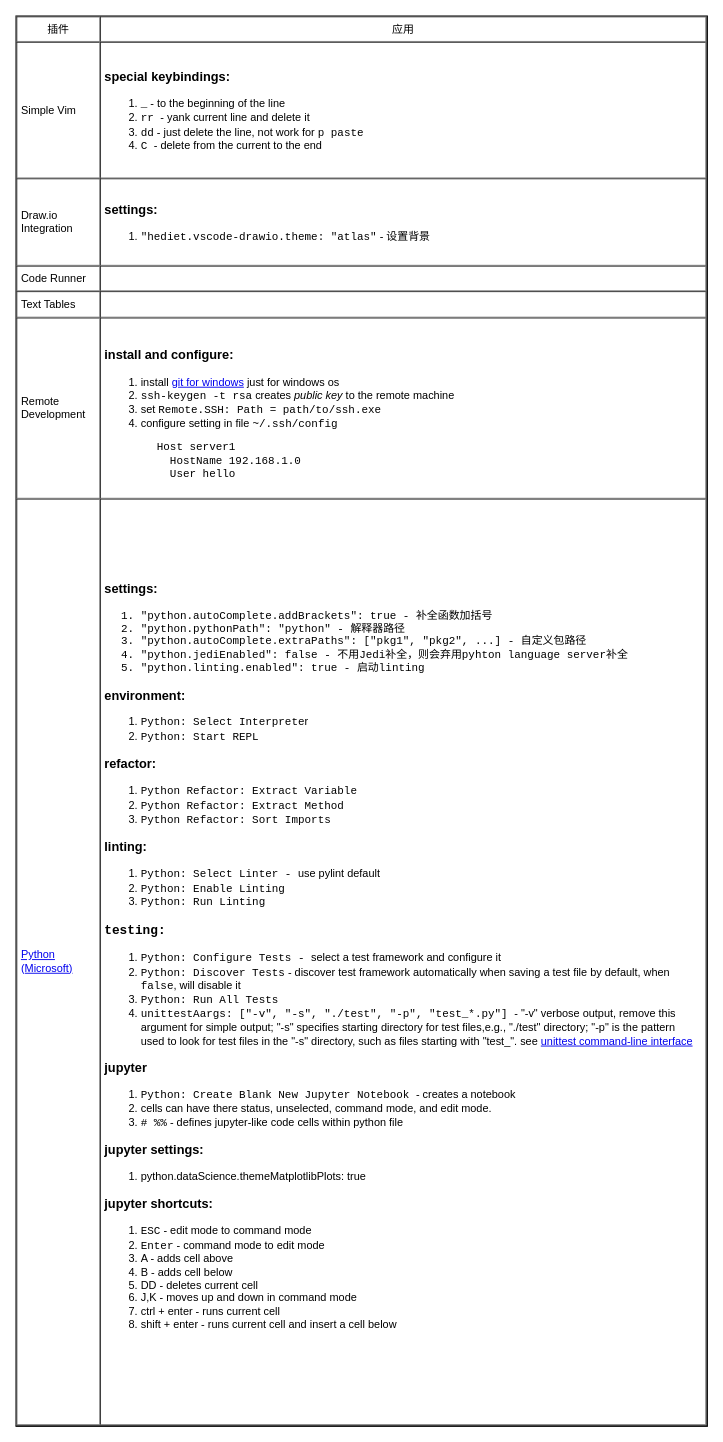
Above: page "Plugins" (4 of 4) of editor/vscode/vscode.drawio in yangdj/tf_docs (draw.io), before the change. Source tidied: cells renumbered, new cells numbered last; positions are measured from the earlier drawing's top-left corner, leaving out a move shared by most shapes. Both pictures are drawn from the tidied source at 91%, with x=0, y=0 at pixel (15, 15).
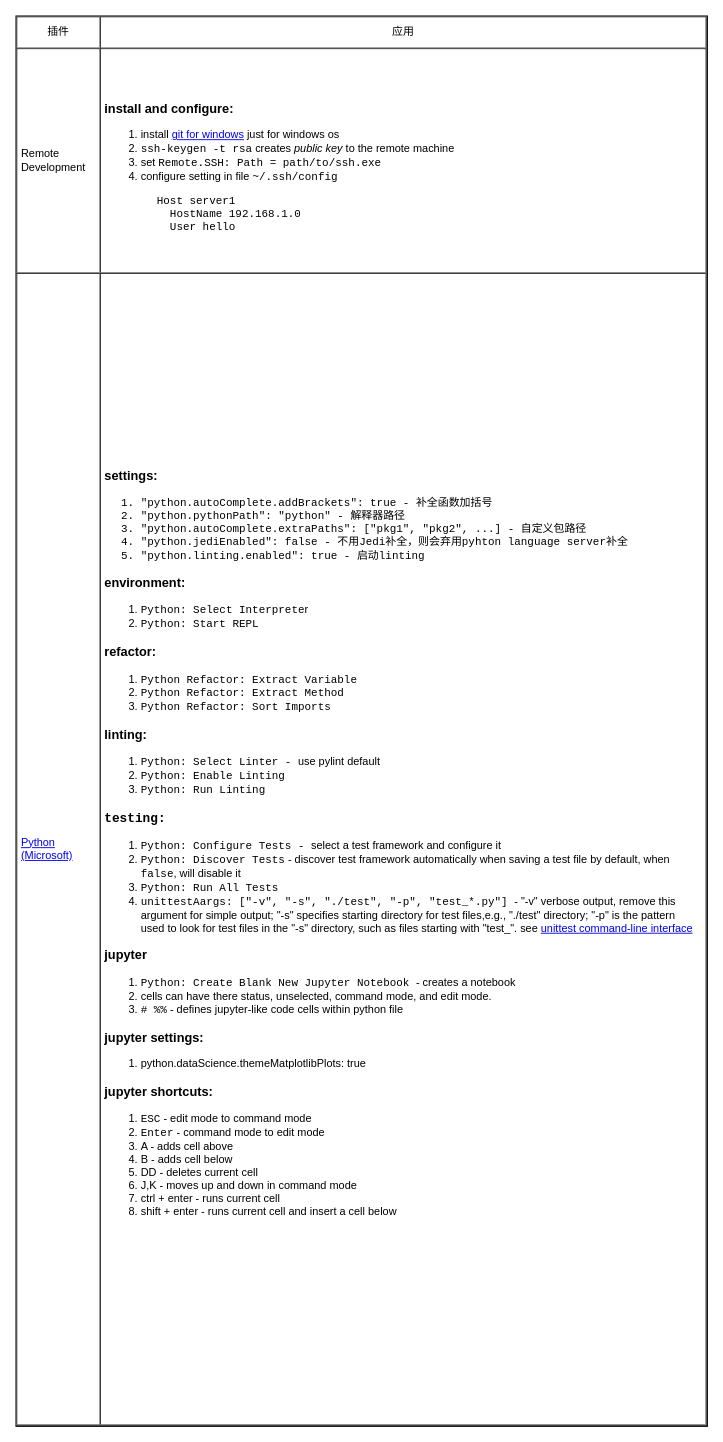
The same diagram, later.

Change to the diagram source:
```diff
@@
 <mxGraphModel>
   <root>
     <mxCell id="0" />
     <mxCell id="1" parent="0" />
-    <mxCell id="2" value="&lt;table cellpadding=&quot;4&quot; cellspacing=&quot;0&quot; border=&quot;1&quot; style=&quot;font-size: 1em ; width: 100% ; height: 100%&quot;&gt;&lt;tbody&gt;&lt;tr&gt;&lt;th style=&quot;text-align: center&quot;&gt;&lt;span style=&quot;font-weight: normal&quot;&gt;插件&lt;/span&gt;&lt;/th&gt;&lt;th style=&quot;text-align: center&quot;&gt;&lt;span style=&quot;font-weight: normal&quot;&gt;应用&lt;/span&gt;&lt;/th&gt;&lt;/tr&gt;&lt;tr&gt;&lt;td&gt;Simple Vim&lt;/td&gt;&lt;td&gt;&lt;h3&gt;special keybindings:&lt;/h3&gt;&lt;div&gt;&lt;ol&gt;&lt;li&gt;&lt;font face=&quot;Courier New&quot;&gt;_&lt;/font&gt; - to the beginning of the line&lt;/li&gt;&lt;li&gt;&lt;font face=&quot;Courier New&quot;&gt;rr &lt;/font&gt;- yank current line and delete it&lt;/li&gt;&lt;li&gt;&lt;font face=&quot;Courier New&quot;&gt;dd&lt;/font&gt;&amp;nbsp;- just delete the line, not work for &lt;font face=&quot;Courier New&quot;&gt;p paste&lt;/font&gt;&lt;/li&gt;&lt;li&gt;&lt;font face=&quot;Courier New&quot;&gt;C &lt;/font&gt;- delete from the current to the end&lt;/li&gt;&lt;/ol&gt;&lt;/div&gt;&lt;/td&gt;&lt;/tr&gt;&lt;tr&gt;&lt;td&gt;Draw.io Integration&lt;/td&gt;&lt;td&gt;&lt;h3&gt;settings:&lt;/h3&gt;&lt;div&gt;&lt;ol&gt;&lt;li&gt;&lt;font face=&quot;Courier New&quot;&gt;&quot;hediet.vscode-drawio.theme: &quot;atlas&quot;&lt;/font&gt; -&amp;nbsp;设置背景&lt;/li&gt;&lt;/ol&gt;&lt;/div&gt;&lt;/td&gt;&lt;/tr&gt;&lt;tr&gt;&lt;td&gt;Code Runner&lt;/td&gt;&lt;td&gt;&lt;br&gt;&lt;/td&gt;&lt;/tr&gt;&lt;tr&gt;&lt;td&gt;Text Tables&lt;/td&gt;&lt;td&gt;&lt;br&gt;&lt;/td&gt;&lt;/tr&gt;&lt;tr&gt;&lt;td&gt;Remote Development&lt;/td&gt;&lt;td&gt;&lt;h3&gt;install and configure:&lt;/h3&gt;&lt;ol&gt;&lt;li&gt;install &lt;a href=&quot;https://git-scm.com/download/win&quot;&gt;git for windows&lt;/a&gt;&amp;nbsp;just for windows os&lt;/li&gt;&lt;li&gt;&lt;font face=&quot;Courier New&quot;&gt;ssh-keygen -t rsa&lt;/font&gt;&amp;nbsp;creates &lt;i&gt;public key&lt;/i&gt; to the remote machine&lt;/li&gt;&lt;li&gt;set &lt;font face=&quot;Courier New&quot;&gt;Remote.SSH: Path = path/to/ssh.exe&lt;/font&gt;&lt;/li&gt;&lt;li&gt;configure setting in file &lt;font face=&quot;Courier New&quot;&gt;~/.ssh/config&lt;/font&gt;&lt;/li&gt;&lt;/ol&gt;&lt;div&gt;&lt;font face=&quot;Courier New&quot;&gt;&lt;div&gt;&amp;nbsp; &amp;nbsp; &amp;nbsp; &amp;nbsp; Host server1&lt;/div&gt;&lt;div&gt;&amp;nbsp; &amp;nbsp; &amp;nbsp; &amp;nbsp; &amp;nbsp; HostName 192.168.1.0&lt;/div&gt;&lt;div&gt;&amp;nbsp; &amp;nbsp; &amp;nbsp; &amp;nbsp; &amp;nbsp; User hello&lt;/div&gt;&lt;/font&gt;&lt;/div&gt;&lt;/td&gt;&lt;/tr&gt;&lt;tr&gt;&lt;td&gt;&lt;a href=&quot;https://code.visualstudio.com/docs/python/python-tutorial&quot;&gt;Python (Microsoft)&lt;/a&gt;&lt;/td&gt;&lt;td&gt;&lt;h3&gt;settings:&lt;/h3&gt;&lt;p&gt;&lt;/p&gt;&lt;ol&gt;&lt;li style=&quot;font-family: &amp;#34;courier new&amp;#34;&quot;&gt;&lt;font face=&quot;Courier New&quot;&gt;&quot;python.autoComplete.addBrackets&quot;: true - 补全函数加括号&lt;/font&gt;&lt;/li&gt;&lt;li style=&quot;font-family: &amp;#34;courier new&amp;#34;&quot;&gt;&lt;font face=&quot;Courier New&quot;&gt;&quot;python.pythonPath&quot;: &quot;python&quot; - 解释器路径&lt;/font&gt;&lt;/li&gt;&lt;li style=&quot;font-family: &amp;#34;courier new&amp;#34;&quot;&gt;&quot;python.autoComplete.extraPaths&quot;: [&quot;pkg1&quot;, &quot;pkg2&quot;, ...] - 自定义包路径&lt;/li&gt;&lt;li style=&quot;font-family: &amp;#34;courier new&amp;#34;&quot;&gt;&quot;python.jediEnabled&quot;: false - 不用&lt;font face=&quot;Courier New&quot; style=&quot;font-size: 1em&quot;&gt;Jedi&lt;/font&gt;&lt;font face=&quot;courier new&quot; style=&quot;font-size: 1em&quot;&gt;补全，则会弃用pyhton language server补全&lt;/font&gt;&lt;/li&gt;&lt;li style=&quot;font-family: &amp;#34;courier new&amp;#34;&quot;&gt;&quot;python.linting.enabled&quot;: true - 启动linting&lt;/li&gt;&lt;/ol&gt;&lt;p&gt;&lt;/p&gt;&lt;h3&gt;environment:&lt;/h3&gt;&lt;ol&gt;&lt;li&gt;&lt;font face=&quot;Courier New&quot;&gt;Python: Select Interprete&lt;/font&gt;r&lt;/li&gt;&lt;li&gt;&lt;font face=&quot;Courier New&quot;&gt;Python: Start REPL&lt;/font&gt;&lt;/li&gt;&lt;/ol&gt;&lt;h3&gt;refactor:&lt;/h3&gt;&lt;ol&gt;&lt;li&gt;&lt;font face=&quot;Courier New&quot;&gt;Python Refactor: Extract Variable&lt;/font&gt;&lt;/li&gt;&lt;li&gt;&lt;font face=&quot;Courier New&quot;&gt;Python Refactor: Extract Method&lt;/font&gt;&lt;/li&gt;&lt;li&gt;&lt;font face=&quot;Courier New&quot;&gt;Python Refactor: Sort Imports&lt;br&gt;&lt;/font&gt;&lt;/li&gt;&lt;/ol&gt;&lt;h3&gt;linting:&lt;/h3&gt;&lt;div&gt;&lt;ol&gt;&lt;li&gt;&lt;font face=&quot;Courier New&quot;&gt;Python: Select Linter - &lt;/font&gt;use pylint default&lt;/li&gt;&lt;li&gt;&lt;font face=&quot;Courier New&quot;&gt;Python: Enable Linting&lt;/font&gt;&lt;/li&gt;&lt;li&gt;&lt;font face=&quot;Courier New&quot;&gt;Python: Run Linting&lt;/font&gt;&lt;/li&gt;&lt;/ol&gt;&lt;h3&gt;&lt;font face=&quot;Courier New&quot;&gt;testing:&lt;/font&gt;&lt;/h3&gt;&lt;/div&gt;&lt;div&gt;&lt;ol&gt;&lt;li&gt;&lt;font face=&quot;Courier New&quot;&gt;Python: Configure Tests - &lt;/font&gt;select a test framework and configure it&lt;/li&gt;&lt;li&gt;&lt;font face=&quot;Courier New&quot;&gt;Python: Discover Tests&lt;/font&gt; - discover test framework automatically when saving a test file by default, when &lt;font face=&quot;Courier New&quot;&gt;false&lt;/font&gt;, will disable it&lt;br&gt;&lt;/li&gt;&lt;li&gt;&lt;font face=&quot;Courier New&quot;&gt;Python: Run All Tests&lt;/font&gt;&lt;/li&gt;&lt;li&gt;&lt;font face=&quot;Courier New&quot;&gt;unittestAargs: [&quot;-v&quot;, &quot;-s&quot;, &quot;./test&quot;, &quot;-p&quot;, &quot;test_*.py&quot;] &lt;/font&gt;- &quot;-v&quot; verbose output, remove this argument for simple output; &quot;-s&quot; specifies starting directory for test files,e.g., &quot;./test&quot; directory; &quot;-p&quot; is the pattern used to look for test files in the &quot;-s&quot; directory, such as files starting with &quot;test_&quot;. see&amp;nbsp;&lt;a href=&quot;https://docs.python.org/3/library/unittest.html#command-line-interface&quot;&gt;unittest command-line interface&lt;/a&gt;&lt;/li&gt;&lt;/ol&gt;&lt;h3&gt;jupyter&lt;/h3&gt;&lt;/div&gt;&lt;div&gt;&lt;ol&gt;&lt;li&gt;&lt;font face=&quot;Courier New&quot;&gt;Python: Create Blank New Jupyter Notebook &lt;/font&gt;- creates a notebook&lt;/li&gt;&lt;li&gt;cells can have there status, unselected, command mode, and edit mode.&lt;/li&gt;&lt;li&gt;&lt;font face=&quot;Courier New&quot;&gt;# %%&lt;/font&gt; - defines jupyter-like code cells within python file&amp;nbsp;&lt;/li&gt;&lt;/ol&gt;&lt;h3&gt;jupyter settings:&lt;/h3&gt;&lt;div&gt;&lt;ol&gt;&lt;li&gt;python.dataScience.themeMatplotlibPlots: true&lt;br&gt;&lt;/li&gt;&lt;/ol&gt;&lt;/div&gt;&lt;h3&gt;jupyter shortcuts:&lt;/h3&gt;&lt;ol&gt;&lt;li&gt;&lt;font face=&quot;Courier New&quot; style=&quot;font-size: 1em&quot;&gt;ESC&lt;/font&gt;&lt;span style=&quot;font-size: 1em&quot;&gt;&amp;nbsp;- edit mode to command mode&lt;/span&gt;&lt;/li&gt;&lt;li&gt;&lt;font face=&quot;Courier New&quot; style=&quot;font-size: 1em&quot;&gt;Enter&lt;/font&gt;&lt;span style=&quot;font-size: 1em&quot;&gt;&amp;nbsp;- command mode to edit mode&lt;/span&gt;&lt;/li&gt;&lt;li&gt;&lt;span style=&quot;font-size: 1em&quot;&gt;A - adds cell above&lt;/span&gt;&lt;/li&gt;&lt;li&gt;&lt;span style=&quot;font-size: 1em&quot;&gt;B - adds cell below&lt;/span&gt;&lt;/li&gt;&lt;li&gt;&lt;span style=&quot;font-size: 1em&quot;&gt;DD - deletes current cell&lt;/span&gt;&lt;/li&gt;&lt;li&gt;&lt;span style=&quot;font-size: 1em&quot;&gt;J,K - moves up and down in command mode&lt;/span&gt;&lt;/li&gt;&lt;li&gt;&lt;span style=&quot;font-size: 1em&quot;&gt;ctrl + enter - runs current cell&lt;/span&gt;&lt;/li&gt;&lt;li&gt;&lt;span style=&quot;font-size: 1em&quot;&gt;shift + enter - runs current cell and insert a cell below&lt;/span&gt;&lt;/li&gt;&lt;/ol&gt;&lt;div&gt;&lt;br&gt;&lt;/div&gt;&lt;/div&gt;&lt;/td&gt;&lt;/tr&gt;&lt;/tbody&gt;&lt;/table&gt; " style="verticalAlign=top;align=left;overflow=fill;fontSize=12;fontFamily=Helvetica;html=1;whiteSpace=wrap;" parent="1" vertex="1">
+    <mxCell id="2" value="&lt;table cellpadding=&quot;4&quot; cellspacing=&quot;0&quot; border=&quot;1&quot; style=&quot;font-size: 1em ; width: 100% ; height: 100%&quot;&gt;&lt;tbody&gt;&lt;tr&gt;&lt;th style=&quot;text-align: center&quot;&gt;&lt;span style=&quot;font-weight: normal&quot;&gt;插件&lt;/span&gt;&lt;/th&gt;&lt;th style=&quot;text-align: center&quot;&gt;&lt;span style=&quot;font-weight: normal&quot;&gt;应用&lt;/span&gt;&lt;/th&gt;&lt;/tr&gt;&lt;tr&gt;&lt;td&gt;Remote Development&lt;/td&gt;&lt;td&gt;&lt;h3&gt;install and configure:&lt;/h3&gt;&lt;ol&gt;&lt;li&gt;install &lt;a href=&quot;https://git-scm.com/download/win&quot;&gt;git for windows&lt;/a&gt;&amp;nbsp;just for windows os&lt;/li&gt;&lt;li&gt;&lt;font face=&quot;Courier New&quot;&gt;ssh-keygen -t rsa&lt;/font&gt;&amp;nbsp;creates &lt;i&gt;public key&lt;/i&gt; to the remote machine&lt;/li&gt;&lt;li&gt;set &lt;font face=&quot;Courier New&quot;&gt;Remote.SSH: Path = path/to/ssh.exe&lt;/font&gt;&lt;/li&gt;&lt;li&gt;configure setting in file &lt;font face=&quot;Courier New&quot;&gt;~/.ssh/config&lt;/font&gt;&lt;/li&gt;&lt;/ol&gt;&lt;div&gt;&lt;font face=&quot;Courier New&quot;&gt;&lt;div&gt;&amp;nbsp; &amp;nbsp; &amp;nbsp; &amp;nbsp; Host server1&lt;/div&gt;&lt;div&gt;&amp;nbsp; &amp;nbsp; &amp;nbsp; &amp;nbsp; &amp;nbsp; HostName 192.168.1.0&lt;/div&gt;&lt;div&gt;&amp;nbsp; &amp;nbsp; &amp;nbsp; &amp;nbsp; &amp;nbsp; User hello&lt;/div&gt;&lt;/font&gt;&lt;/div&gt;&lt;/td&gt;&lt;/tr&gt;&lt;tr&gt;&lt;td&gt;&lt;a href=&quot;https://code.visualstudio.com/docs/python/python-tutorial&quot;&gt;Python (Microsoft)&lt;/a&gt;&lt;/td&gt;&lt;td&gt;&lt;h3&gt;settings:&lt;/h3&gt;&lt;p&gt;&lt;/p&gt;&lt;ol&gt;&lt;li style=&quot;font-family: &amp;#34;courier new&amp;#34;&quot;&gt;&lt;font face=&quot;Courier New&quot;&gt;&quot;python.autoComplete.addBrackets&quot;: true - 补全函数加括号&lt;/font&gt;&lt;/li&gt;&lt;li style=&quot;font-family: &amp;#34;courier new&amp;#34;&quot;&gt;&lt;font face=&quot;Courier New&quot;&gt;&quot;python.pythonPath&quot;: &quot;python&quot; - 解释器路径&lt;/font&gt;&lt;/li&gt;&lt;li style=&quot;font-family: &amp;#34;courier new&amp;#34;&quot;&gt;&quot;python.autoComplete.extraPaths&quot;: [&quot;pkg1&quot;, &quot;pkg2&quot;, ...] - 自定义包路径&lt;/li&gt;&lt;li style=&quot;font-family: &amp;#34;courier new&amp;#34;&quot;&gt;&quot;python.jediEnabled&quot;: false - 不用&lt;font face=&quot;Courier New&quot; style=&quot;font-size: 1em&quot;&gt;Jedi&lt;/font&gt;&lt;font face=&quot;courier new&quot; style=&quot;font-size: 1em&quot;&gt;补全，则会弃用pyhton language server补全&lt;/font&gt;&lt;/li&gt;&lt;li style=&quot;font-family: &amp;#34;courier new&amp;#34;&quot;&gt;&quot;python.linting.enabled&quot;: true - 启动linting&lt;/li&gt;&lt;/ol&gt;&lt;p&gt;&lt;/p&gt;&lt;h3&gt;environment:&lt;/h3&gt;&lt;ol&gt;&lt;li&gt;&lt;font face=&quot;Courier New&quot;&gt;Python: Select Interprete&lt;/font&gt;r&lt;/li&gt;&lt;li&gt;&lt;font face=&quot;Courier New&quot;&gt;Python: Start REPL&lt;/font&gt;&lt;/li&gt;&lt;/ol&gt;&lt;h3&gt;refactor:&lt;/h3&gt;&lt;ol&gt;&lt;li&gt;&lt;font face=&quot;Courier New&quot;&gt;Python Refactor: Extract Variable&lt;/font&gt;&lt;/li&gt;&lt;li&gt;&lt;font face=&quot;Courier New&quot;&gt;Python Refactor: Extract Method&lt;/font&gt;&lt;/li&gt;&lt;li&gt;&lt;font face=&quot;Courier New&quot;&gt;Python Refactor: Sort Imports&lt;br&gt;&lt;/font&gt;&lt;/li&gt;&lt;/ol&gt;&lt;h3&gt;linting:&lt;/h3&gt;&lt;div&gt;&lt;ol&gt;&lt;li&gt;&lt;font face=&quot;Courier New&quot;&gt;Python: Select Linter - &lt;/font&gt;use pylint default&lt;/li&gt;&lt;li&gt;&lt;font face=&quot;Courier New&quot;&gt;Python: Enable Linting&lt;/font&gt;&lt;/li&gt;&lt;li&gt;&lt;font face=&quot;Courier New&quot;&gt;Python: Run Linting&lt;/font&gt;&lt;/li&gt;&lt;/ol&gt;&lt;h3&gt;&lt;font face=&quot;Courier New&quot;&gt;testing:&lt;/font&gt;&lt;/h3&gt;&lt;/div&gt;&lt;div&gt;&lt;ol&gt;&lt;li&gt;&lt;font face=&quot;Courier New&quot;&gt;Python: Configure Tests - &lt;/font&gt;select a test framework and configure it&lt;/li&gt;&lt;li&gt;&lt;font face=&quot;Courier New&quot;&gt;Python: Discover Tests&lt;/font&gt; - discover test framework automatically when saving a test file by default, when &lt;font face=&quot;Courier New&quot;&gt;false&lt;/font&gt;, will disable it&lt;br&gt;&lt;/li&gt;&lt;li&gt;&lt;font face=&quot;Courier New&quot;&gt;Python: Run All Tests&lt;/font&gt;&lt;/li&gt;&lt;li&gt;&lt;font face=&quot;Courier New&quot;&gt;unittestAargs: [&quot;-v&quot;, &quot;-s&quot;, &quot;./test&quot;, &quot;-p&quot;, &quot;test_*.py&quot;] &lt;/font&gt;- &quot;-v&quot; verbose output, remove this argument for simple output; &quot;-s&quot; specifies starting directory for test files,e.g., &quot;./test&quot; directory; &quot;-p&quot; is the pattern used to look for test files in the &quot;-s&quot; directory, such as files starting with &quot;test_&quot;. see&amp;nbsp;&lt;a href=&quot;https://docs.python.org/3/library/unittest.html#command-line-interface&quot;&gt;unittest command-line interface&lt;/a&gt;&lt;/li&gt;&lt;/ol&gt;&lt;h3&gt;jupyter&lt;/h3&gt;&lt;/div&gt;&lt;div&gt;&lt;ol&gt;&lt;li&gt;&lt;font face=&quot;Courier New&quot;&gt;Python: Create Blank New Jupyter Notebook &lt;/font&gt;- creates a notebook&lt;/li&gt;&lt;li&gt;cells can have there status, unselected, command mode, and edit mode.&lt;/li&gt;&lt;li&gt;&lt;font face=&quot;Courier New&quot;&gt;# %%&lt;/font&gt; - defines jupyter-like code cells within python file&amp;nbsp;&lt;/li&gt;&lt;/ol&gt;&lt;h3&gt;jupyter settings:&lt;/h3&gt;&lt;div&gt;&lt;ol&gt;&lt;li&gt;python.dataScience.themeMatplotlibPlots: true&lt;br&gt;&lt;/li&gt;&lt;/ol&gt;&lt;/div&gt;&lt;h3&gt;jupyter shortcuts:&lt;/h3&gt;&lt;ol&gt;&lt;li&gt;&lt;font face=&quot;Courier New&quot; style=&quot;font-size: 1em&quot;&gt;ESC&lt;/font&gt;&lt;span style=&quot;font-size: 1em&quot;&gt;&amp;nbsp;- edit mode to command mode&lt;/span&gt;&lt;/li&gt;&lt;li&gt;&lt;font face=&quot;Courier New&quot; style=&quot;font-size: 1em&quot;&gt;Enter&lt;/font&gt;&lt;span style=&quot;font-size: 1em&quot;&gt;&amp;nbsp;- command mode to edit mode&lt;/span&gt;&lt;/li&gt;&lt;li&gt;&lt;span style=&quot;font-size: 1em&quot;&gt;A - adds cell above&lt;/span&gt;&lt;/li&gt;&lt;li&gt;&lt;span style=&quot;font-size: 1em&quot;&gt;B - adds cell below&lt;/span&gt;&lt;/li&gt;&lt;li&gt;&lt;span style=&quot;font-size: 1em&quot;&gt;DD - deletes current cell&lt;/span&gt;&lt;/li&gt;&lt;li&gt;&lt;span style=&quot;font-size: 1em&quot;&gt;J,K - moves up and down in command mode&lt;/span&gt;&lt;/li&gt;&lt;li&gt;&lt;span style=&quot;font-size: 1em&quot;&gt;ctrl + enter - runs current cell&lt;/span&gt;&lt;/li&gt;&lt;li&gt;&lt;span style=&quot;font-size: 1em&quot;&gt;shift + enter - runs current cell and insert a cell below&lt;/span&gt;&lt;/li&gt;&lt;/ol&gt;&lt;div&gt;&lt;br&gt;&lt;/div&gt;&lt;/div&gt;&lt;/td&gt;&lt;/tr&gt;&lt;/tbody&gt;&lt;/table&gt; " style="verticalAlign=top;align=left;overflow=fill;fontSize=12;fontFamily=Helvetica;html=1;whiteSpace=wrap;" parent="1" vertex="1">
       <mxGeometry width="760" height="1550" as="geometry" />
     </mxCell>
   </root>
 </mxGraphModel>
```
